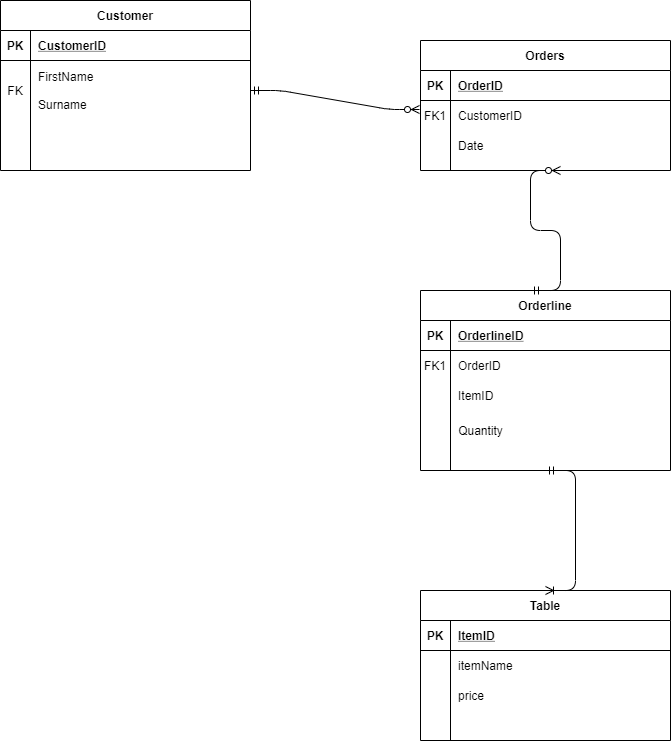
The draw.io diagram Project Documents/ERD.png in mattgarbettQA/ims-demo, before a commit. Source tidied: cells renumbered, new cells last; positions are measured from the earlier drawing's top-left corner, leaving out a move shared by most shapes.
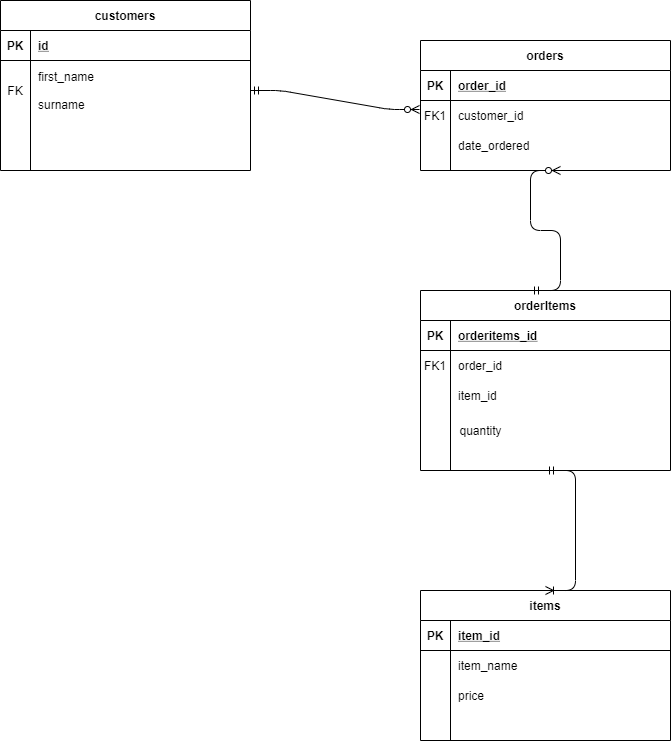
Above is the later version.

Commit message:
altered ERD diagram and png

What changed in the source:
```diff
@@ -2,7 +2,7 @@
   <root>
     <mxCell id="0" />
     <mxCell id="1" parent="0" />
-    <mxCell id="2" value="Orders" style="shape=table;startSize=30;rowLines=0;fontStyle=1;align=center;" parent="1" vertex="1">
+    <mxCell id="2" value="orders" style="shape=table;startSize=30;rowLines=0;fontStyle=1;align=center;" parent="1" vertex="1">
       <mxGeometry x="420" y="40" width="250" height="130" as="geometry" />
     </mxCell>
     <mxCell id="3" style="shape=partialRectangle;fillColor=none;top=0;left=0;right=0;bottom=1;" parent="2" vertex="1">
@@ -11,7 +11,7 @@
     <mxCell id="4" value="PK" style="shape=partialRectangle;overflow=hidden;fillColor=none;top=0;left=0;bottom=0;right=0;fontStyle=1;" parent="3" vertex="1">
       <mxGeometry width="30" height="30" as="geometry" />
     </mxCell>
-    <mxCell id="5" value="OrderID" style="shape=partialRectangle;overflow=hidden;fillColor=none;top=0;left=0;bottom=0;right=0;align=left;spacingLeft=6;fontStyle=5;" parent="3" vertex="1">
+    <mxCell id="5" value="order_id" style="shape=partialRectangle;overflow=hidden;fillColor=none;top=0;left=0;bottom=0;right=0;align=left;spacingLeft=6;fontStyle=5;" parent="3" vertex="1">
       <mxGeometry x="30" width="220" height="30" as="geometry" />
     </mxCell>
     <mxCell id="6" style="shape=partialRectangle;fillColor=none;points=[[0,0.5],[1,0.5]];portConstraint=eastwest;top=0;left=0;right=0;bottom=0;" parent="2" vertex="1">
@@ -20,7 +20,7 @@
     <mxCell id="7" value="FK1" style="shape=partialRectangle;overflow=hidden;fillColor=none;top=0;left=0;bottom=0;right=0;" parent="6" vertex="1">
       <mxGeometry width="30" height="30" as="geometry" />
     </mxCell>
-    <mxCell id="8" value="CustomerID" style="shape=partialRectangle;overflow=hidden;fillColor=none;top=0;left=0;bottom=0;right=0;align=left;spacingLeft=6;" parent="6" vertex="1">
+    <mxCell id="8" value="customer_id" style="shape=partialRectangle;overflow=hidden;fillColor=none;top=0;left=0;bottom=0;right=0;align=left;spacingLeft=6;" parent="6" vertex="1">
       <mxGeometry x="30" width="220" height="30" as="geometry" />
     </mxCell>
     <mxCell id="9" style="shape=partialRectangle;fillColor=none;top=0;left=0;right=0;bottom=0;" parent="2" vertex="1">
@@ -29,10 +29,10 @@
     <mxCell id="10" style="shape=partialRectangle;overflow=hidden;fillColor=none;top=0;left=0;bottom=0;right=0;" parent="9" vertex="1">
       <mxGeometry width="30" height="30" as="geometry" />
     </mxCell>
-    <mxCell id="11" value="Date" style="shape=partialRectangle;overflow=hidden;fillColor=none;top=0;left=0;bottom=0;right=0;align=left;spacingLeft=6;" parent="9" vertex="1">
+    <mxCell id="11" value="date_ordered" style="shape=partialRectangle;overflow=hidden;fillColor=none;top=0;left=0;bottom=0;right=0;align=left;spacingLeft=6;" parent="9" vertex="1">
       <mxGeometry x="30" width="220" height="30" as="geometry" />
     </mxCell>
-    <mxCell id="12" value="Orderline" style="shape=table;startSize=30;rowLines=0;fontStyle=1;align=center;" parent="1" vertex="1">
+    <mxCell id="12" value="orderItems" style="shape=table;startSize=30;rowLines=0;fontStyle=1;align=center;" parent="1" vertex="1">
       <mxGeometry x="420" y="290" width="250" height="180" as="geometry" />
     </mxCell>
     <mxCell id="13" style="shape=partialRectangle;fillColor=none;top=0;left=0;right=0;bottom=1;" parent="12" vertex="1">
@@ -41,7 +41,7 @@
     <mxCell id="14" value="PK" style="shape=partialRectangle;overflow=hidden;fillColor=none;top=0;left=0;bottom=0;right=0;fontStyle=1;" parent="13" vertex="1">
       <mxGeometry width="30" height="30" as="geometry" />
     </mxCell>
-    <mxCell id="15" value="OrderlineID" style="shape=partialRectangle;overflow=hidden;fillColor=none;top=0;left=0;bottom=0;right=0;align=left;spacingLeft=6;fontStyle=5;" parent="13" vertex="1">
+    <mxCell id="15" value="orderitems_id" style="shape=partialRectangle;overflow=hidden;fillColor=none;top=0;left=0;bottom=0;right=0;align=left;spacingLeft=6;fontStyle=5;" parent="13" vertex="1">
       <mxGeometry x="30" width="220" height="30" as="geometry" />
     </mxCell>
     <mxCell id="16" style="shape=partialRectangle;fillColor=none;top=0;left=0;right=0;bottom=0;" parent="12" vertex="1">
@@ -50,7 +50,7 @@
     <mxCell id="17" value="FK1" style="shape=partialRectangle;overflow=hidden;fillColor=none;top=0;left=0;bottom=0;right=0;" parent="16" vertex="1">
       <mxGeometry width="30" height="30" as="geometry" />
     </mxCell>
-    <mxCell id="18" value="OrderID" style="shape=partialRectangle;overflow=hidden;fillColor=none;top=0;left=0;bottom=0;right=0;align=left;spacingLeft=6;" parent="16" vertex="1">
+    <mxCell id="18" value="order_id" style="shape=partialRectangle;overflow=hidden;fillColor=none;top=0;left=0;bottom=0;right=0;align=left;spacingLeft=6;" parent="16" vertex="1">
       <mxGeometry x="30" width="220" height="30" as="geometry" />
     </mxCell>
     <mxCell id="19" style="shape=partialRectangle;fillColor=none;top=0;left=0;right=0;bottom=0;" parent="12" vertex="1">
@@ -59,10 +59,10 @@
     <mxCell id="20" style="shape=partialRectangle;overflow=hidden;fillColor=none;top=0;left=0;bottom=0;right=0;" parent="19" vertex="1">
       <mxGeometry width="30" height="30" as="geometry" />
     </mxCell>
-    <mxCell id="21" value="ItemID" style="shape=partialRectangle;overflow=hidden;fillColor=none;top=0;left=0;bottom=0;right=0;align=left;spacingLeft=6;" parent="19" vertex="1">
+    <mxCell id="21" value="item_id" style="shape=partialRectangle;overflow=hidden;fillColor=none;top=0;left=0;bottom=0;right=0;align=left;spacingLeft=6;" parent="19" vertex="1">
       <mxGeometry x="30" width="220" height="30" as="geometry" />
     </mxCell>
-    <mxCell id="22" value="Customer" style="shape=table;startSize=30;rowLines=0;fontStyle=1;align=center;" parent="1" vertex="1">
+    <mxCell id="22" value="customers" style="shape=table;startSize=30;rowLines=0;fontStyle=1;align=center;" parent="1" vertex="1">
       <mxGeometry width="250" height="170" as="geometry" />
     </mxCell>
     <mxCell id="23" style="shape=partialRectangle;fillColor=none;top=0;left=0;right=0;bottom=1;" parent="22" vertex="1">
@@ -71,7 +71,7 @@
     <mxCell id="24" value="PK" style="shape=partialRectangle;overflow=hidden;fillColor=none;top=0;left=0;bottom=0;right=0;fontStyle=1;" parent="23" vertex="1">
       <mxGeometry width="30" height="30" as="geometry" />
     </mxCell>
-    <mxCell id="25" value="CustomerID" style="shape=partialRectangle;overflow=hidden;fillColor=none;top=0;left=0;bottom=0;right=0;align=left;spacingLeft=6;fontStyle=5;" parent="23" vertex="1">
+    <mxCell id="25" value="id" style="shape=partialRectangle;overflow=hidden;fillColor=none;top=0;left=0;bottom=0;right=0;align=left;spacingLeft=6;fontStyle=5;" parent="23" vertex="1">
       <mxGeometry x="30" width="220" height="30" as="geometry" />
     </mxCell>
     <mxCell id="26" style="shape=partialRectangle;fillColor=none;points=[[0,0.5],[1,0.5]];portConstraint=eastwest;top=0;left=0;right=0;bottom=0;" parent="22" vertex="1">
@@ -80,13 +80,13 @@
     <mxCell id="27" value="FK" style="shape=partialRectangle;overflow=hidden;fillColor=none;top=0;left=0;bottom=0;right=0;" parent="26" vertex="1">
       <mxGeometry width="30" height="60" as="geometry" />
     </mxCell>
-    <mxCell id="28" value="FirstName&#10;&#10;Surname" style="shape=partialRectangle;overflow=hidden;fillColor=none;top=0;left=0;bottom=0;right=0;align=left;spacingLeft=6;" parent="26" vertex="1">
+    <mxCell id="28" value="first_name&#10;&#10;surname" style="shape=partialRectangle;overflow=hidden;fillColor=none;top=0;left=0;bottom=0;right=0;align=left;spacingLeft=6;" parent="26" vertex="1">
       <mxGeometry x="30" width="220" height="60" as="geometry" />
     </mxCell>
-    <mxCell id="29" value="Quantity" style="text;html=1;align=center;verticalAlign=middle;" parent="1" vertex="1">
+    <mxCell id="29" value="quantity" style="text;html=1;align=center;verticalAlign=middle;" parent="1" vertex="1">
       <mxGeometry x="450" y="420" width="60" height="20" as="geometry" />
     </mxCell>
-    <mxCell id="30" value="Table" style="shape=table;startSize=30;rowLines=0;fontStyle=1;align=center;" parent="1" vertex="1">
+    <mxCell id="30" value="items" style="shape=table;startSize=30;rowLines=0;fontStyle=1;align=center;" parent="1" vertex="1">
       <mxGeometry x="420" y="590" width="250" height="150" as="geometry" />
     </mxCell>
     <mxCell id="31" style="shape=partialRectangle;fillColor=none;top=0;left=0;bottom=1;right=0;" parent="30" vertex="1">
@@ -95,7 +95,7 @@
     <mxCell id="32" value="PK" style="shape=partialRectangle;fillColor=none;top=0;left=0;bottom=0;right=0;fontStyle=1;overflow=hidden;" parent="31" vertex="1">
       <mxGeometry width="30" height="30" as="geometry" />
     </mxCell>
-    <mxCell id="33" value="ItemID" style="shape=partialRectangle;fillColor=none;top=0;left=0;bottom=0;right=0;align=left;spacingLeft=6;fontStyle=5;overflow=hidden;" parent="31" vertex="1">
+    <mxCell id="33" value="item_id" style="shape=partialRectangle;fillColor=none;top=0;left=0;bottom=0;right=0;align=left;spacingLeft=6;fontStyle=5;overflow=hidden;" parent="31" vertex="1">
       <mxGeometry x="30" width="220" height="30" as="geometry" />
     </mxCell>
     <mxCell id="34" style="shape=partialRectangle;fillColor=none;top=0;left=0;bottom=0;right=0;" parent="30" vertex="1">
@@ -104,7 +104,7 @@
     <mxCell id="35" style="shape=partialRectangle;fillColor=none;top=0;left=0;bottom=0;right=0;overflow=hidden;" parent="34" vertex="1">
       <mxGeometry width="30" height="30" as="geometry" />
     </mxCell>
-    <mxCell id="36" value="itemName" style="shape=partialRectangle;fillColor=none;top=0;left=0;bottom=0;right=0;align=left;spacingLeft=6;overflow=hidden;" parent="34" vertex="1">
+    <mxCell id="36" value="item_name" style="shape=partialRectangle;fillColor=none;top=0;left=0;bottom=0;right=0;align=left;spacingLeft=6;overflow=hidden;" parent="34" vertex="1">
       <mxGeometry x="30" width="220" height="30" as="geometry" />
     </mxCell>
     <mxCell id="37" style="shape=partialRectangle;fillColor=none;top=0;left=0;bottom=0;right=0;" parent="30" vertex="1">
```
